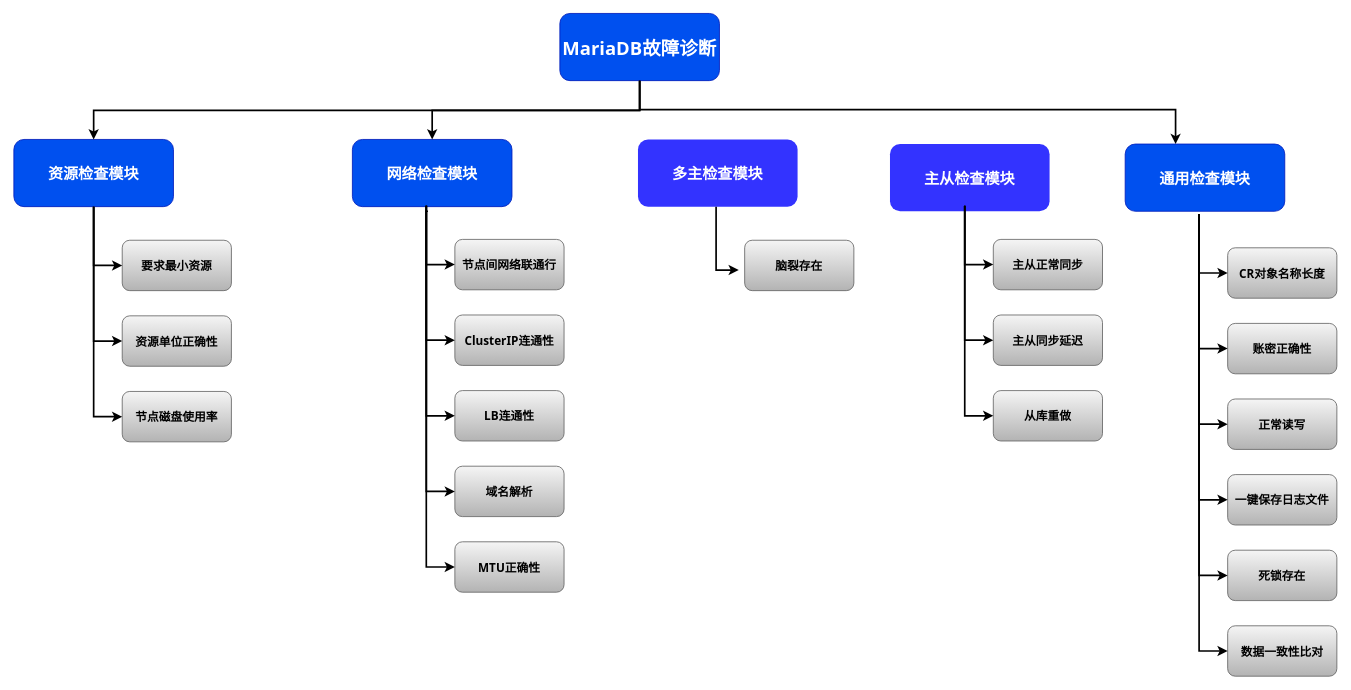
weichenjushi/images keeps this draw.io diagram as Untitled Diagram.drawio. Above is the earlier version. Source tidied: cells renumbered, new cells numbered last; positions are measured from the earlier drawing's top-left corner, leaving out a move shared by most shapes. Both pictures are drawn from the tidied source at 84%, with x=0, y=0 at pixel (13, 13).
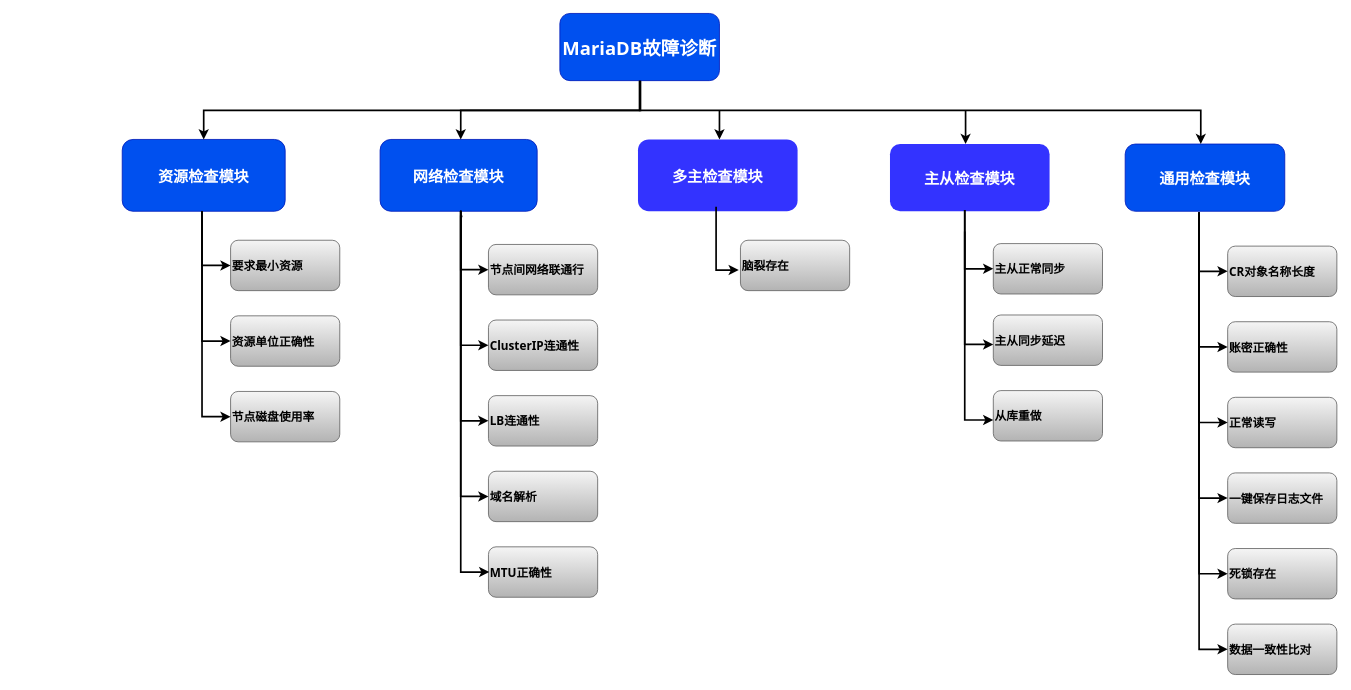
The same page after the edit.

The change refers to these unchanged cells:
```xml
<mxCell id="2" value="MariaDB故障诊断" style="rounded=1;fillColor=#0050ef;strokeColor=#001DBC;fontColor=#ffffff;fontStyle=1;fontFamily=Tahoma;fontSize=22;" parent="1" vertex="1">
  <mxGeometry x="650" y="0.5" width="190" height="80" as="geometry" />
</mxCell>
<mxCell id="3" value="通用检查模块" style="rounded=1;fillColor=#0050ef;strokeColor=#001DBC;fontColor=#ffffff;fontStyle=1;fontFamily=Tahoma;fontSize=18;" parent="1" vertex="1">
  <mxGeometry x="1323" y="156" width="190" height="80" as="geometry" />
</mxCell>
```

Change to the diagram source:
```diff
@@
     <mxCell id="4" style="edgeStyle=elbowEdgeStyle;elbow=vertical;strokeWidth=2;rounded=0;" parent="1" edge="1" source="2" target="3">
       <mxGeometry x="337" y="234.5" as="geometry">
         <Array as="points">
+          <mxPoint x="1413" y="116" />
+          <mxPoint x="953" y="116" />
           <mxPoint x="1383" y="115" />
           <mxPoint x="1423" y="125" />
         </Array>
       </mxGeometry>
     </mxCell>
     <mxCell id="5" value="多主检查模块" style="rounded=1;fillColor=#3333FF;gradientColor=none;strokeColor=none;fontColor=#FFFFFF;fontStyle=1;fontFamily=Tahoma;fontSize=18;" parent="1" vertex="1">
-      <mxGeometry x="743" y="150.5" width="190" height="80" as="geometry" />
+      <mxGeometry x="743" y="150.5" width="190" height="85.5" as="geometry" />
     </mxCell>
     <mxCell id="6" value="网络检查模块" style="rounded=1;fillColor=#0050ef;strokeColor=#001DBC;fontColor=#ffffff;fontStyle=1;fontFamily=Tahoma;fontSize=18;" parent="1" vertex="1">
-      <mxGeometry x="403" y="150.5" width="190" height="80" as="geometry" />
+      <mxGeometry x="436" y="150.5" width="187" height="85.5" as="geometry" />
     </mxCell>
     <mxCell id="7" value="资源检查模块" style="rounded=1;fillColor=#0050ef;strokeColor=#001DBC;fontStyle=1;fontFamily=Tahoma;fontSize=18;fontColor=#ffffff;" parent="1" vertex="1">
-      <mxGeometry y="150.5" width="190" height="80" as="geometry" />
+      <mxGeometry x="129" y="150.5" width="194" height="85.5" as="geometry" />
     </mxCell>
-    <mxCell id="8" value="要求最小资源" style="rounded=1;fillColor=#f5f5f5;strokeColor=#666666;fontStyle=1;fontFamily=Tahoma;fontSize=14;gradientColor=#b3b3b3;" parent="1" vertex="1">
-      <mxGeometry x="129" y="270.5" width="130" height="60" as="geometry" />
+    <mxCell id="8" value="要求最小资源" style="rounded=1;fillColor=#f5f5f5;strokeColor=#666666;fontStyle=1;fontFamily=Tahoma;fontSize=14;gradientColor=#b3b3b3;align=left;" parent="1" vertex="1">
+      <mxGeometry x="258" y="270.5" width="130" height="60" as="geometry" />
     </mxCell>
-    <mxCell id="9" value="资源单位正确性" style="rounded=1;fillColor=#f5f5f5;strokeColor=#666666;fontStyle=1;fontFamily=Tahoma;fontSize=14;gradientColor=#b3b3b3;" parent="1" vertex="1">
-      <mxGeometry x="129" y="360.5" width="130" height="60" as="geometry" />
+    <mxCell id="9" value="资源单位正确性" style="rounded=1;fillColor=#f5f5f5;strokeColor=#666666;fontStyle=1;fontFamily=Tahoma;fontSize=14;gradientColor=#b3b3b3;align=left;" parent="1" vertex="1">
+      <mxGeometry x="258" y="360.5" width="130" height="60" as="geometry" />
     </mxCell>
-    <mxCell id="10" value="节点磁盘使用率" style="rounded=1;fillColor=#f5f5f5;gradientColor=#b3b3b3;strokeColor=#666666;fontStyle=1;fontFamily=Tahoma;fontSize=14;" parent="1" vertex="1">
-      <mxGeometry x="129" y="450.5" width="130" height="60" as="geometry" />
+    <mxCell id="10" value="节点磁盘使用率" style="rounded=1;fillColor=#f5f5f5;gradientColor=#b3b3b3;strokeColor=#666666;fontStyle=1;fontFamily=Tahoma;fontSize=14;align=left;" parent="1" vertex="1">
+      <mxGeometry x="258" y="450.5" width="130" height="60" as="geometry" />
     </mxCell>
-    <mxCell id="11" style="edgeStyle=elbowEdgeStyle;elbow=vertical;strokeWidth=2;rounded=0;" parent="1" edge="1" source="2" target="6">
-      <mxGeometry x="347" y="244.5" as="geometry" />
+    <mxCell id="11" style="edgeStyle=elbowEdgeStyle;elbow=vertical;strokeWidth=2;rounded=0;" parent="1" edge="1">
+      <mxGeometry x="348" y="244.5" as="geometry">
+        <mxPoint x="746" y="80.5" as="sourcePoint" />
+        <mxPoint x="532" y="150.5" as="targetPoint" />
+      </mxGeometry>
     </mxCell>
@@
     <mxCell id="13" style="edgeStyle=elbowEdgeStyle;elbow=horizontal;strokeWidth=2;rounded=0;" parent="1" edge="1" source="7" target="8">
-      <mxGeometry x="-23" y="154.5" as="geometry">
+      <mxGeometry x="106" y="154.5" as="geometry">
         <Array as="points">
-          <mxPoint x="95" y="250.5" />
+          <mxPoint x="224" y="250.5" />
         </Array>
       </mxGeometry>
     </mxCell>
     <mxCell id="14" style="edgeStyle=elbowEdgeStyle;elbow=horizontal;strokeWidth=2;rounded=0;" parent="1" edge="1" source="7" target="9">
-      <mxGeometry x="-23" y="154.5" as="geometry">
+      <mxGeometry x="106" y="154.5" as="geometry">
         <Array as="points">
-          <mxPoint x="95" y="290.5" />
+          <mxPoint x="224" y="290.5" />
         </Array>
       </mxGeometry>
     </mxCell>
     <mxCell id="15" style="edgeStyle=elbowEdgeStyle;elbow=horizontal;strokeWidth=2;rounded=0;entryX=0;entryY=0.5;entryDx=0;entryDy=0;" parent="1" edge="1" source="7" target="10">
-      <mxGeometry x="-23" y="154.5" as="geometry">
+      <mxGeometry x="106" y="154.5" as="geometry">
         <Array as="points">
-          <mxPoint x="95" y="480.5" />
+          <mxPoint x="224" y="480.5" />
         </Array>
       </mxGeometry>
     </mxCell>
@@
-    <mxCell id="17" value="节点间网络联通行" style="rounded=1;fillColor=#f5f5f5;strokeColor=#666666;fontStyle=1;fontFamily=Tahoma;fontSize=14;gradientColor=#b3b3b3;" parent="1" vertex="1">
-      <mxGeometry x="525" y="269.5" width="130" height="60" as="geometry" />
+    <mxCell id="17" value="节点间网络联通行" style="rounded=1;fillColor=#f5f5f5;strokeColor=#666666;fontStyle=1;fontFamily=Tahoma;fontSize=14;gradientColor=#b3b3b3;align=left;" parent="1" vertex="1">
+      <mxGeometry x="565" y="275.5" width="130" height="60" as="geometry" />
     </mxCell>
-    <mxCell id="18" value="ClusterIP连通性" style="rounded=1;fillColor=#f5f5f5;strokeColor=#666666;fontStyle=1;fontFamily=Tahoma;fontSize=14;gradientColor=#b3b3b3;" parent="1" vertex="1">
-      <mxGeometry x="525" y="359.5" width="130" height="60" as="geometry" />
+    <mxCell id="18" value="ClusterIP连通性" style="rounded=1;fillColor=#f5f5f5;strokeColor=#666666;fontStyle=1;fontFamily=Tahoma;fontSize=14;gradientColor=#b3b3b3;align=left;" parent="1" vertex="1">
+      <mxGeometry x="565" y="365.5" width="130" height="60" as="geometry" />
     </mxCell>
-    <mxCell id="19" value="LB连通性" style="rounded=1;fillColor=#f5f5f5;gradientColor=#b3b3b3;strokeColor=#666666;fontStyle=1;fontFamily=Tahoma;fontSize=14;" parent="1" vertex="1">
-      <mxGeometry x="525" y="449.5" width="130" height="60" as="geometry" />
+    <mxCell id="19" value="LB连通性" style="rounded=1;fillColor=#f5f5f5;gradientColor=#b3b3b3;strokeColor=#666666;fontStyle=1;fontFamily=Tahoma;fontSize=14;align=left;" parent="1" vertex="1">
+      <mxGeometry x="565" y="455.5" width="130" height="60" as="geometry" />
     </mxCell>
-    <mxCell id="20" value="域名解析" style="rounded=1;fillColor=#f5f5f5;gradientColor=#b3b3b3;strokeColor=#666666;fontStyle=1;fontFamily=Tahoma;fontSize=14;" parent="1" vertex="1">
-      <mxGeometry x="525" y="539.5" width="130" height="60" as="geometry" />
+    <mxCell id="20" value="域名解析" style="rounded=1;fillColor=#f5f5f5;gradientColor=#b3b3b3;strokeColor=#666666;fontStyle=1;fontFamily=Tahoma;fontSize=14;align=left;" parent="1" vertex="1">
+      <mxGeometry x="565" y="545.5" width="130" height="60" as="geometry" />
     </mxCell>
-    <mxCell id="21" value="MTU正确性" style="rounded=1;fillColor=#f5f5f5;gradientColor=#b3b3b3;strokeColor=#666666;fontStyle=1;fontFamily=Tahoma;fontSize=14;" parent="1" vertex="1">
-      <mxGeometry x="525" y="629.5" width="130" height="60" as="geometry" />
+    <mxCell id="21" value="MTU正确性" style="rounded=1;fillColor=#f5f5f5;gradientColor=#b3b3b3;strokeColor=#666666;fontStyle=1;fontFamily=Tahoma;fontSize=14;align=left;" parent="1" vertex="1">
+      <mxGeometry x="565" y="635.5" width="130" height="60" as="geometry" />
     </mxCell>
     <mxCell id="22" style="edgeStyle=elbowEdgeStyle;elbow=horizontal;strokeWidth=2;rounded=0;" parent="1" edge="1" target="17">
-      <mxGeometry x="373" y="153.5" as="geometry">
-        <mxPoint x="491" y="229.5" as="sourcePoint" />
+      <mxGeometry x="414" y="159.5" as="geometry">
+        <mxPoint x="532" y="235.5" as="sourcePoint" />
         <Array as="points">
-          <mxPoint x="491" y="249.5" />
+          <mxPoint x="532" y="255.5" />
         </Array>
       </mxGeometry>
     </mxCell>
     <mxCell id="23" style="edgeStyle=elbowEdgeStyle;elbow=horizontal;strokeWidth=2;rounded=0;" parent="1" edge="1" target="18">
-      <mxGeometry x="373" y="153.5" as="geometry">
-        <mxPoint x="491" y="229.5" as="sourcePoint" />
+      <mxGeometry x="414" y="159.5" as="geometry">
+        <mxPoint x="532" y="235.5" as="sourcePoint" />
         <Array as="points">
-          <mxPoint x="491" y="289.5" />
+          <mxPoint x="532" y="295.5" />
         </Array>
       </mxGeometry>
     </mxCell>
     <mxCell id="24" style="edgeStyle=elbowEdgeStyle;elbow=horizontal;strokeWidth=2;rounded=0;" parent="1" edge="1" target="19">
-      <mxGeometry x="373" y="153.5" as="geometry">
-        <mxPoint x="491" y="229.5" as="sourcePoint" />
+      <mxGeometry x="414" y="159.5" as="geometry">
+        <mxPoint x="532" y="235.5" as="sourcePoint" />
         <Array as="points">
-          <mxPoint x="491" y="339.5" />
+          <mxPoint x="532" y="345.5" />
         </Array>
       </mxGeometry>
     </mxCell>
     <mxCell id="25" style="edgeStyle=elbowEdgeStyle;elbow=horizontal;strokeWidth=2;rounded=0;" parent="1" edge="1" target="20">
-      <mxGeometry x="373" y="153.5" as="geometry">
-        <mxPoint x="491" y="229.5" as="sourcePoint" />
+      <mxGeometry x="414" y="159.5" as="geometry">
+        <mxPoint x="532" y="235.5" as="sourcePoint" />
         <Array as="points">
-          <mxPoint x="491" y="389.5" />
+          <mxPoint x="532" y="395.5" />
         </Array>
       </mxGeometry>
     </mxCell>
     <mxCell id="26" style="edgeStyle=elbowEdgeStyle;elbow=horizontal;strokeWidth=2;rounded=0;" parent="1" edge="1">
-      <mxGeometry x="373" y="63.5" as="geometry">
-        <mxPoint x="493" y="236" as="sourcePoint" />
-        <mxPoint x="525" y="659.5" as="targetPoint" />
+      <mxGeometry x="414" y="69.5" as="geometry">
+        <mxPoint x="534" y="242" as="sourcePoint" />
+        <mxPoint x="566" y="665.5" as="targetPoint" />
         <Array as="points">
-          <mxPoint x="491" y="389.5" />
+          <mxPoint x="532" y="395.5" />
         </Array>
       </mxGeometry>
     </mxCell>
-    <mxCell id="27" value="脑裂存在" style="rounded=1;fillColor=#f5f5f5;strokeColor=#666666;fontStyle=1;fontFamily=Tahoma;fontSize=14;gradientColor=#b3b3b3;" parent="1" vertex="1">
-      <mxGeometry x="870" y="270.5" width="130" height="60" as="geometry" />
+    <mxCell id="27" value="脑裂存在" style="rounded=1;fillColor=#f5f5f5;strokeColor=#666666;fontStyle=1;fontFamily=Tahoma;fontSize=14;gradientColor=#b3b3b3;align=left;" parent="1" vertex="1">
+      <mxGeometry x="865" y="270.5" width="130" height="60" as="geometry" />
     </mxCell>
@@
-    <mxCell id="29" value="主从正常同步" style="rounded=1;fillColor=#f5f5f5;strokeColor=#666666;fontStyle=1;fontFamily=Tahoma;fontSize=14;gradientColor=#b3b3b3;" parent="1" vertex="1">
-      <mxGeometry x="1166" y="269.5" width="130" height="60" as="geometry" />
+    <mxCell id="29" value="主从正常同步" style="rounded=1;fillColor=#f5f5f5;strokeColor=#666666;fontStyle=1;fontFamily=Tahoma;fontSize=14;gradientColor=#b3b3b3;align=left;" parent="1" vertex="1">
+      <mxGeometry x="1166" y="274.5" width="130" height="60" as="geometry" />
     </mxCell>
-    <mxCell id="30" value="主从同步延迟" style="rounded=1;fillColor=#f5f5f5;strokeColor=#666666;fontStyle=1;fontFamily=Tahoma;fontSize=14;gradientColor=#b3b3b3;" parent="1" vertex="1">
+    <mxCell id="30" value="主从同步延迟" style="rounded=1;fillColor=#f5f5f5;strokeColor=#666666;fontStyle=1;fontFamily=Tahoma;fontSize=14;gradientColor=#b3b3b3;align=left;" parent="1" vertex="1">
       <mxGeometry x="1166" y="359.5" width="130" height="60" as="geometry" />
     </mxCell>
-    <mxCell id="31" value="从库重做" style="rounded=1;fillColor=#f5f5f5;gradientColor=#b3b3b3;strokeColor=#666666;fontStyle=1;fontFamily=Tahoma;fontSize=14;" parent="1" vertex="1">
+    <mxCell id="31" value="从库重做" style="rounded=1;fillColor=#f5f5f5;gradientColor=#b3b3b3;strokeColor=#666666;fontStyle=1;fontFamily=Tahoma;fontSize=14;align=left;" parent="1" vertex="1">
       <mxGeometry x="1166" y="449.5" width="130" height="60" as="geometry" />
     </mxCell>
     <mxCell id="32" style="edgeStyle=elbowEdgeStyle;elbow=horizontal;strokeWidth=2;rounded=0;" parent="1" edge="1" target="29">
-      <mxGeometry x="1014" y="153.5" as="geometry">
-        <mxPoint x="1132" y="229.5" as="sourcePoint" />
+      <mxGeometry x="1014" y="158.5" as="geometry">
+        <mxPoint x="1132" y="234.5" as="sourcePoint" />
         <Array as="points">
-          <mxPoint x="1132" y="249.5" />
+          <mxPoint x="1132" y="254.5" />
         </Array>
       </mxGeometry>
     </mxCell>
-    <mxCell id="33" style="edgeStyle=elbowEdgeStyle;elbow=horizontal;strokeWidth=2;rounded=0;" parent="1" edge="1" target="30">
-      <mxGeometry x="1014" y="153.5" as="geometry">
-        <mxPoint x="1132" y="229.5" as="sourcePoint" />
+    <mxCell id="33" style="edgeStyle=elbowEdgeStyle;elbow=horizontal;strokeWidth=2;rounded=0;" parent="1" edge="1">
+      <mxGeometry x="1014" y="158.5" as="geometry">
+        <mxPoint x="1132" y="234.5" as="sourcePoint" />
+        <mxPoint x="1166" y="394.5" as="targetPoint" />
         <Array as="points">
-          <mxPoint x="1132" y="289.5" />
+          <mxPoint x="1132" y="294.5" />
         </Array>
       </mxGeometry>
     </mxCell>
-    <mxCell id="34" style="edgeStyle=elbowEdgeStyle;elbow=horizontal;strokeWidth=2;rounded=0;entryX=0;entryY=0.5;entryDx=0;entryDy=0;" parent="1" edge="1" target="31">
-      <mxGeometry x="1014" y="153.5" as="geometry">
-        <mxPoint x="1132" y="229.5" as="sourcePoint" />
+    <mxCell id="34" style="edgeStyle=elbowEdgeStyle;elbow=horizontal;strokeWidth=2;rounded=0;entryX=0;entryY=0.5;entryDx=0;entryDy=0;" parent="1" edge="1">
+      <mxGeometry x="1014" y="158.5" as="geometry">
+        <mxPoint x="1133" y="261" as="sourcePoint" />
+        <mxPoint x="1166" y="484.5" as="targetPoint" />
         <Array as="points">
-          <mxPoint x="1132" y="479.5" />
+          <mxPoint x="1132" y="484.5" />
         </Array>
       </mxGeometry>
     </mxCell>
-    <mxCell id="35" value="CR对象名称长度" style="rounded=1;fillColor=#f5f5f5;strokeColor=#666666;fontStyle=1;fontFamily=Tahoma;fontSize=14;gradientColor=#b3b3b3;" parent="1" vertex="1">
-      <mxGeometry x="1445" y="279.5" width="130" height="60" as="geometry" />
+    <mxCell id="35" value="CR对象名称长度" style="rounded=1;fillColor=#f5f5f5;strokeColor=#666666;fontStyle=1;fontFamily=Tahoma;fontSize=14;gradientColor=#b3b3b3;align=left;" parent="1" vertex="1">
+      <mxGeometry x="1445" y="277.5" width="130" height="60" as="geometry" />
     </mxCell>
-    <mxCell id="36" value="账密正确性" style="rounded=1;fillColor=#f5f5f5;strokeColor=#666666;fontStyle=1;fontFamily=Tahoma;fontSize=14;gradientColor=#b3b3b3;" parent="1" vertex="1">
-      <mxGeometry x="1445" y="369.5" width="130" height="60" as="geometry" />
+    <mxCell id="36" value="账密正确性" style="rounded=1;fillColor=#f5f5f5;strokeColor=#666666;fontStyle=1;fontFamily=Tahoma;fontSize=14;gradientColor=#b3b3b3;align=left;" parent="1" vertex="1">
+      <mxGeometry x="1445" y="367.5" width="130" height="60" as="geometry" />
     </mxCell>
-    <mxCell id="37" value="正常读写" style="rounded=1;fillColor=#f5f5f5;gradientColor=#b3b3b3;strokeColor=#666666;fontStyle=1;fontFamily=Tahoma;fontSize=14;" parent="1" vertex="1">
-      <mxGeometry x="1445" y="459.5" width="130" height="60" as="geometry" />
+    <mxCell id="37" value="正常读写" style="rounded=1;fillColor=#f5f5f5;gradientColor=#b3b3b3;strokeColor=#666666;fontStyle=1;fontFamily=Tahoma;fontSize=14;align=left;" parent="1" vertex="1">
+      <mxGeometry x="1445" y="457.5" width="130" height="60" as="geometry" />
     </mxCell>
-    <mxCell id="38" value="一键保存日志文件" style="rounded=1;fillColor=#f5f5f5;gradientColor=#b3b3b3;strokeColor=#666666;fontStyle=1;fontFamily=Tahoma;fontSize=14;" parent="1" vertex="1">
-      <mxGeometry x="1445" y="549.5" width="130" height="60" as="geometry" />
+    <mxCell id="38" value="一键保存日志文件" style="rounded=1;fillColor=#f5f5f5;gradientColor=#b3b3b3;strokeColor=#666666;fontStyle=1;fontFamily=Tahoma;fontSize=14;align=left;" parent="1" vertex="1">
+      <mxGeometry x="1445" y="547.5" width="130" height="60" as="geometry" />
     </mxCell>
-    <mxCell id="39" value="死锁存在" style="rounded=1;fillColor=#f5f5f5;gradientColor=#b3b3b3;strokeColor=#666666;fontStyle=1;fontFamily=Tahoma;fontSize=14;" parent="1" vertex="1">
-      <mxGeometry x="1445" y="639.5" width="130" height="60" as="geometry" />
+    <mxCell id="39" value="死锁存在" style="rounded=1;fillColor=#f5f5f5;gradientColor=#b3b3b3;strokeColor=#666666;fontStyle=1;fontFamily=Tahoma;fontSize=14;align=left;" parent="1" vertex="1">
+      <mxGeometry x="1445" y="637.5" width="130" height="60" as="geometry" />
     </mxCell>
-    <mxCell id="40" value="数据一致性比对" style="rounded=1;fillColor=#f5f5f5;gradientColor=#b3b3b3;strokeColor=#666666;fontStyle=1;fontFamily=Tahoma;fontSize=14;" parent="1" vertex="1">
-      <mxGeometry x="1445" y="729.5" width="130" height="60" as="geometry" />
+    <mxCell id="40" value="数据一致性比对" style="rounded=1;fillColor=#f5f5f5;gradientColor=#b3b3b3;strokeColor=#666666;fontStyle=1;fontFamily=Tahoma;fontSize=14;align=left;" parent="1" vertex="1">
+      <mxGeometry x="1445" y="727.5" width="130" height="60" as="geometry" />
     </mxCell>
     <mxCell id="41" style="edgeStyle=elbowEdgeStyle;elbow=horizontal;strokeWidth=2;rounded=0;" parent="1" edge="1" target="35">
-      <mxGeometry x="1293" y="163.5" as="geometry">
-        <mxPoint x="1411" y="239.5" as="sourcePoint" />
+      <mxGeometry x="1293" y="161.5" as="geometry">
+        <mxPoint x="1411" y="237.5" as="sourcePoint" />
         <Array as="points">
-          <mxPoint x="1411" y="259.5" />
+          <mxPoint x="1411" y="257.5" />
         </Array>
       </mxGeometry>
     </mxCell>
     <mxCell id="42" style="edgeStyle=elbowEdgeStyle;elbow=horizontal;strokeWidth=2;rounded=0;" parent="1" edge="1" target="36">
-      <mxGeometry x="1293" y="163.5" as="geometry">
-        <mxPoint x="1411" y="239.5" as="sourcePoint" />
+      <mxGeometry x="1293" y="161.5" as="geometry">
+        <mxPoint x="1411" y="237.5" as="sourcePoint" />
         <Array as="points">
-          <mxPoint x="1411" y="299.5" />
+          <mxPoint x="1411" y="297.5" />
         </Array>
       </mxGeometry>
     </mxCell>
     <mxCell id="43" style="edgeStyle=elbowEdgeStyle;elbow=horizontal;strokeWidth=2;rounded=0;" parent="1" edge="1" target="37">
-      <mxGeometry x="1293" y="163.5" as="geometry">
-        <mxPoint x="1411" y="239.5" as="sourcePoint" />
+      <mxGeometry x="1293" y="161.5" as="geometry">
+        <mxPoint x="1411" y="237.5" as="sourcePoint" />
         <Array as="points">
-          <mxPoint x="1411" y="349.5" />
+          <mxPoint x="1411" y="347.5" />
         </Array>
       </mxGeometry>
     </mxCell>
     <mxCell id="44" style="edgeStyle=elbowEdgeStyle;elbow=horizontal;strokeWidth=2;rounded=0;" parent="1" edge="1" target="38">
-      <mxGeometry x="1293" y="163.5" as="geometry">
-        <mxPoint x="1411" y="239.5" as="sourcePoint" />
+      <mxGeometry x="1293" y="161.5" as="geometry">
+        <mxPoint x="1411" y="237.5" as="sourcePoint" />
         <Array as="points">
-          <mxPoint x="1411" y="399.5" />
+          <mxPoint x="1411" y="397.5" />
         </Array>
       </mxGeometry>
     </mxCell>
     <mxCell id="45" style="edgeStyle=elbowEdgeStyle;elbow=horizontal;strokeWidth=2;rounded=0;" parent="1" edge="1" target="39">
-      <mxGeometry x="1293" y="163.5" as="geometry">
-        <mxPoint x="1411" y="239.5" as="sourcePoint" />
+      <mxGeometry x="1293" y="161.5" as="geometry">
+        <mxPoint x="1411" y="237.5" as="sourcePoint" />
         <Array as="points">
-          <mxPoint x="1411" y="439.5" />
+          <mxPoint x="1411" y="437.5" />
         </Array>
       </mxGeometry>
     </mxCell>
     <mxCell id="46" style="edgeStyle=elbowEdgeStyle;elbow=horizontal;strokeWidth=2;rounded=0;" parent="1" edge="1" target="40">
-      <mxGeometry x="1293" y="163.5" as="geometry">
-        <mxPoint x="1411" y="239.5" as="sourcePoint" />
+      <mxGeometry x="1293" y="161.5" as="geometry">
+        <mxPoint x="1411" y="237.5" as="sourcePoint" />
         <Array as="points">
-          <mxPoint x="1411" y="489.5" />
+          <mxPoint x="1411" y="487.5" />
         </Array>
       </mxGeometry>
     </mxCell>
+    <mxCell id="47" style="edgeStyle=elbowEdgeStyle;elbow=vertical;strokeWidth=2;rounded=0;" parent="1" edge="1">
+      <mxGeometry x="656" y="244.5" as="geometry">
+        <mxPoint x="840" y="116" as="sourcePoint" />
+        <mxPoint x="840" y="150.5" as="targetPoint" />
+      </mxGeometry>
+    </mxCell>
+    <mxCell id="48" style="edgeStyle=elbowEdgeStyle;elbow=vertical;strokeWidth=2;rounded=0;" parent="1" edge="1">
+      <mxGeometry x="949" y="250" as="geometry">
+        <mxPoint x="1133" y="116" as="sourcePoint" />
+        <mxPoint x="1133" y="156" as="targetPoint" />
+      </mxGeometry>
+    </mxCell>
```
